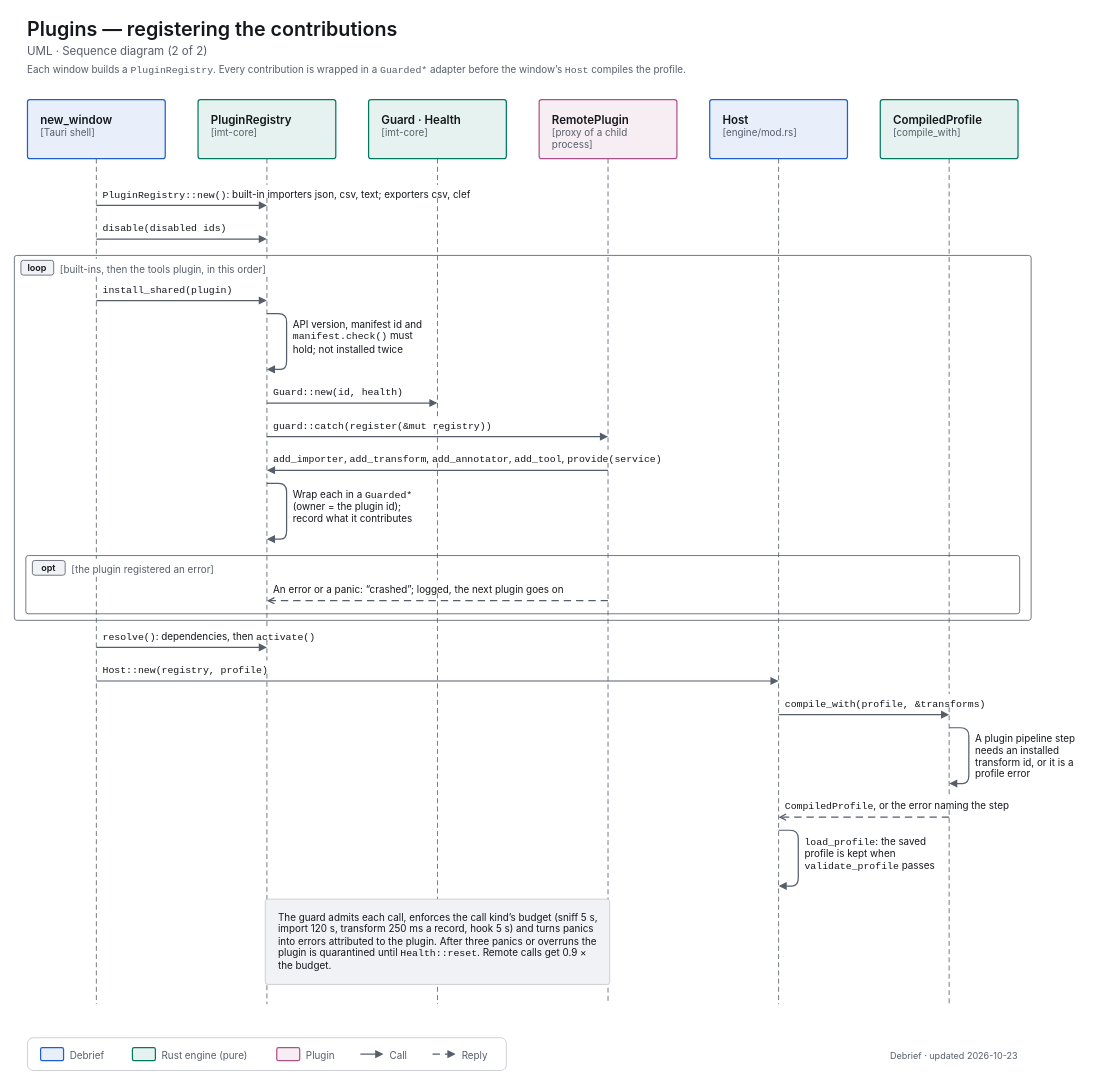
This is docs/diagrams/uml-seq-plugin-register.drawio from decryp7/integrated_maintenance_tool, a draw.io file, before an edit. Source tidied: cells renumbered, new cells numbered last; positions are measured from the earlier drawing's top-left corner, leaving out a move shared by most shapes. Both pictures are drawn from the tidied source at 82%, with x=0, y=0 at pixel (14, 14).
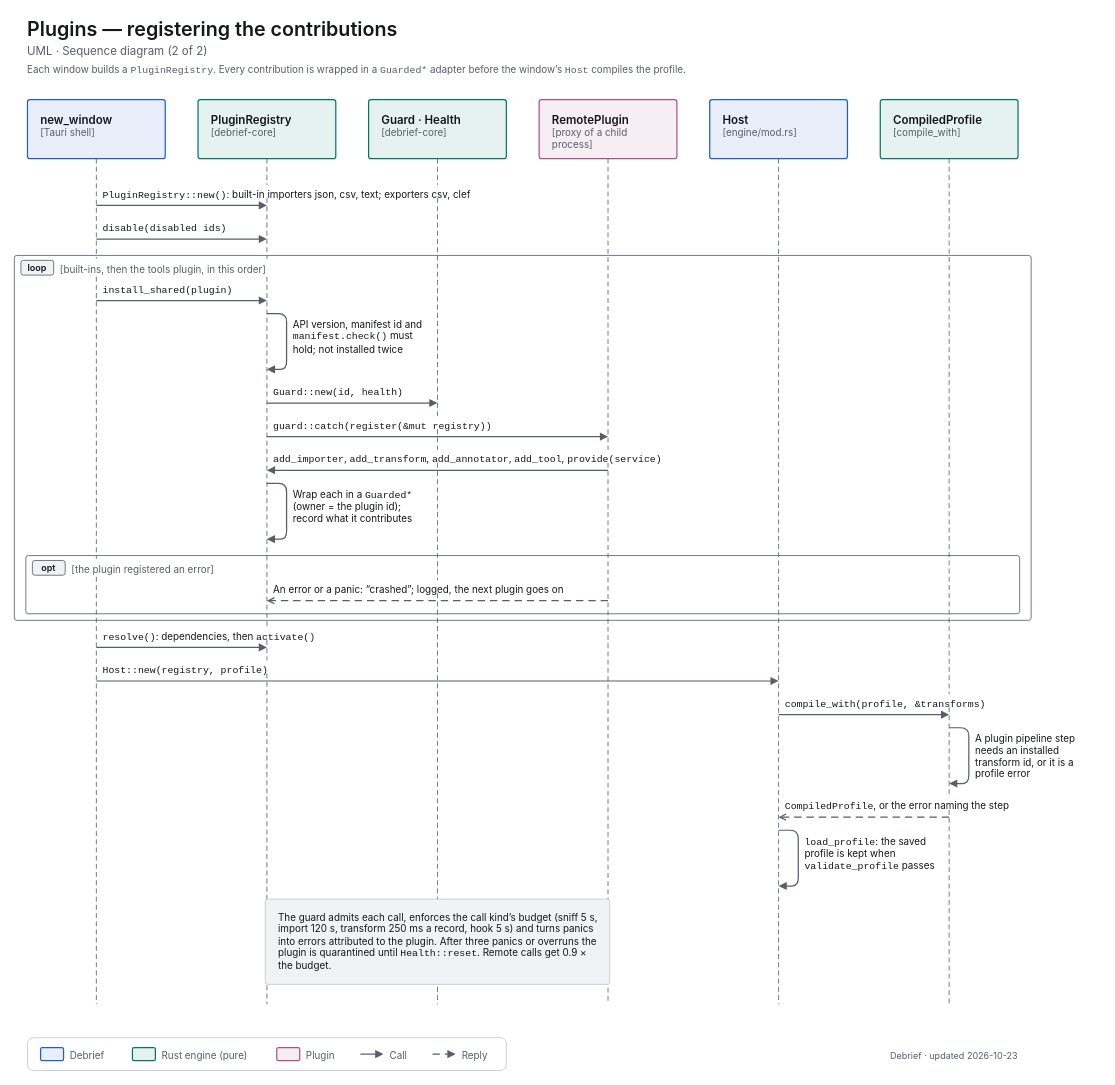
Above is the later version.

Change to the diagram source:
```diff
@@
-    <mxCell id="6" value="&lt;span style=&quot;font-size:14px;font-weight:600&quot;&gt;PluginRegistry&lt;/span&gt;&lt;br&gt;&lt;span style=&quot;font-size:12px;color:light-dark(#565E6B,#A0A7B2)&quot;&gt;[imt-core]&lt;/span&gt;" style="html=1;whiteSpace=wrap;fontFamily=-apple-system,BlinkMacSystemFont,Segoe UI,system-ui,sans-serif;fontSize=12;fontColor=light-dark(#14171C,#ECEEF1);rounded=1;absoluteArcSize=1;arcSize=6;strokeWidth=1.5;strokeColor=light-dark(#007A5E,#2EC4A0);fillColor=light-dark(#E6F2EF,#193330);align=left;verticalAlign=top;spacingLeft=14;spacingRight=14;spacingTop=10;spacingBottom=8;" parent="1" vertex="1">
+    <mxCell id="6" value="&lt;span style=&quot;font-size:14px;font-weight:600&quot;&gt;PluginRegistry&lt;/span&gt;&lt;br&gt;&lt;span style=&quot;font-size:12px;color:light-dark(#565E6B,#A0A7B2)&quot;&gt;[debrief-core]&lt;/span&gt;" style="html=1;whiteSpace=wrap;fontFamily=-apple-system,BlinkMacSystemFont,Segoe UI,system-ui,sans-serif;fontSize=12;fontColor=light-dark(#14171C,#ECEEF1);rounded=1;absoluteArcSize=1;arcSize=6;strokeWidth=1.5;strokeColor=light-dark(#007A5E,#2EC4A0);fillColor=light-dark(#E6F2EF,#193330);align=left;verticalAlign=top;spacingLeft=14;spacingRight=14;spacingTop=10;spacingBottom=8;" parent="1" vertex="1">
       <mxGeometry x="224" y="104" width="168" height="72" as="geometry" />
     </mxCell>
-    <mxCell id="7" value="&lt;span style=&quot;font-size:14px;font-weight:600&quot;&gt;Guard · Health&lt;/span&gt;&lt;br&gt;&lt;span style=&quot;font-size:12px;color:light-dark(#565E6B,#A0A7B2)&quot;&gt;[imt-core]&lt;/span&gt;" style="html=1;whiteSpace=wrap;fontFamily=-apple-system,BlinkMacSystemFont,Segoe UI,system-ui,sans-serif;fontSize=12;fontColor=light-dark(#14171C,#ECEEF1);rounded=1;absoluteArcSize=1;arcSize=6;strokeWidth=1.5;strokeColor=light-dark(#007A5E,#2EC4A0);fillColor=light-dark(#E6F2EF,#193330);align=left;verticalAlign=top;spacingLeft=14;spacingRight=14;spacingTop=10;spacingBottom=8;" parent="1" vertex="1">
+    <mxCell id="7" value="&lt;span style=&quot;font-size:14px;font-weight:600&quot;&gt;Guard · Health&lt;/span&gt;&lt;br&gt;&lt;span style=&quot;font-size:12px;color:light-dark(#565E6B,#A0A7B2)&quot;&gt;[debrief-core]&lt;/span&gt;" style="html=1;whiteSpace=wrap;fontFamily=-apple-system,BlinkMacSystemFont,Segoe UI,system-ui,sans-serif;fontSize=12;fontColor=light-dark(#14171C,#ECEEF1);rounded=1;absoluteArcSize=1;arcSize=6;strokeWidth=1.5;strokeColor=light-dark(#007A5E,#2EC4A0);fillColor=light-dark(#E6F2EF,#193330);align=left;verticalAlign=top;spacingLeft=14;spacingRight=14;spacingTop=10;spacingBottom=8;" parent="1" vertex="1">
       <mxGeometry x="432" y="104" width="168" height="72" as="geometry" />
     </mxCell>
```
